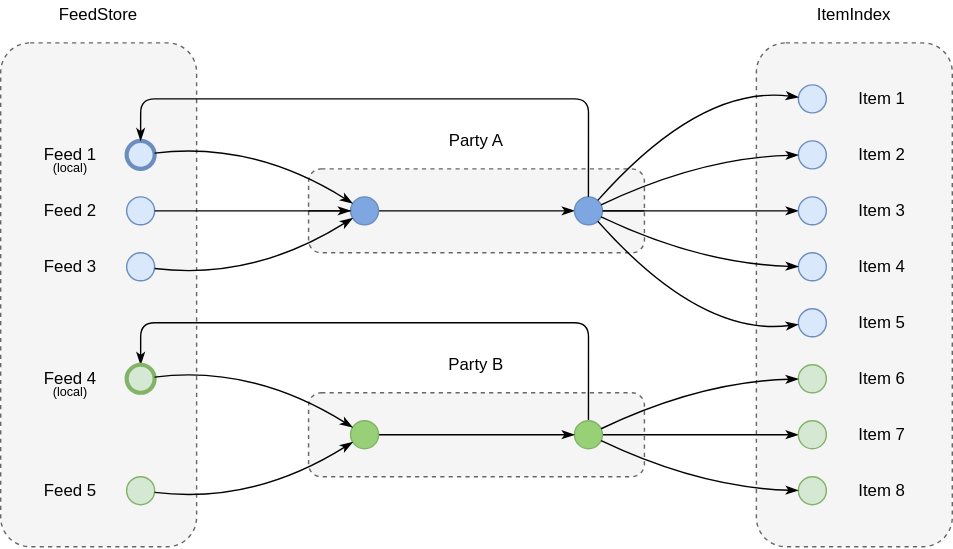
Above: docs/content/diagrams/flow.svg in dxos/dxos (draw.io), before the change. Source tidied: cells renumbered, new cells last; positions are measured from the earlier drawing's top-left corner, leaving out a move shared by most shapes.
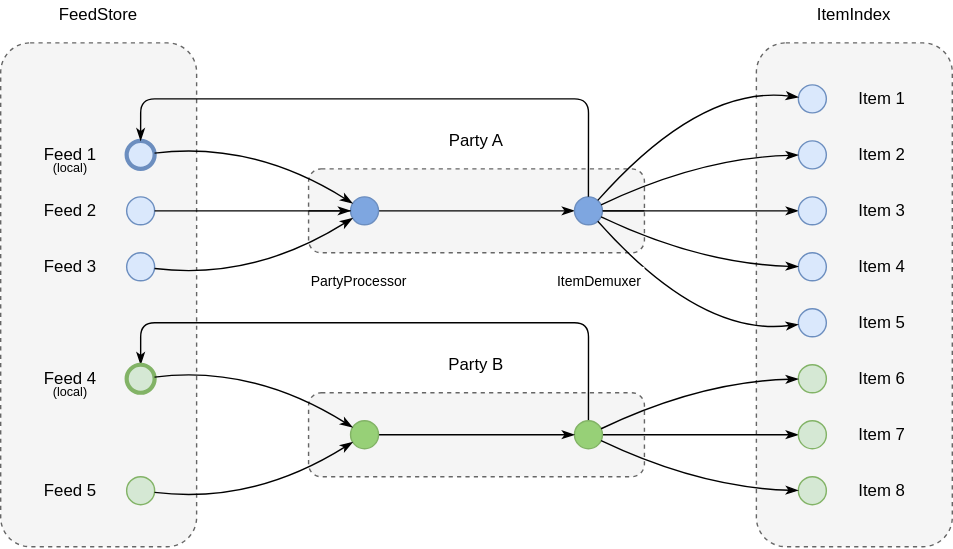
The same file after the commit.

What changed in the source:
```diff
@@ -235,5 +235,11 @@
     <mxCell id="60" value="(local)" style="rounded=0;whiteSpace=wrap;html=1;strokeColor=none;fillColor=none;fontSize=9;" parent="1" vertex="1">
       <mxGeometry x="20" y="270" width="60" height="20" as="geometry" />
     </mxCell>
+    <mxCell id="61" value="PartyProcessor" style="rounded=0;whiteSpace=wrap;html=1;strokeColor=none;align=left;fontSize=10;" parent="1" vertex="1">
+      <mxGeometry x="220" y="190" width="120" height="20" as="geometry" />
+    </mxCell>
+    <mxCell id="62" value="ItemDemuxer" style="rounded=0;whiteSpace=wrap;html=1;strokeColor=none;align=right;fontSize=10;" parent="1" vertex="1">
+      <mxGeometry x="380" y="190" width="80" height="20" as="geometry" />
+    </mxCell>
   </root>
 </mxGraphModel>
```
